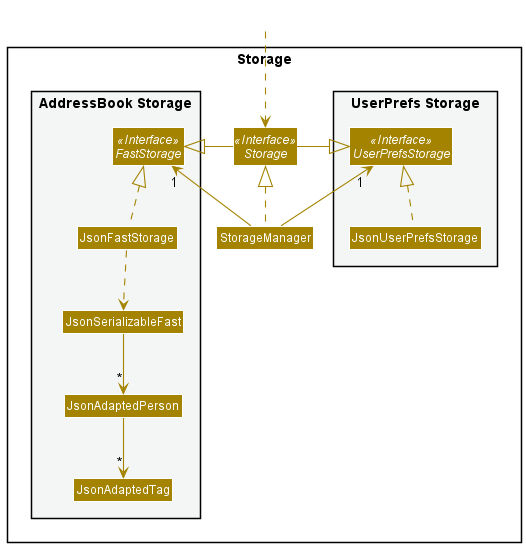
Before: docs/images/StorageClassDiagram.png, a diagram exported from PlantUML (nus-cs2103-AY2122S1/tp).
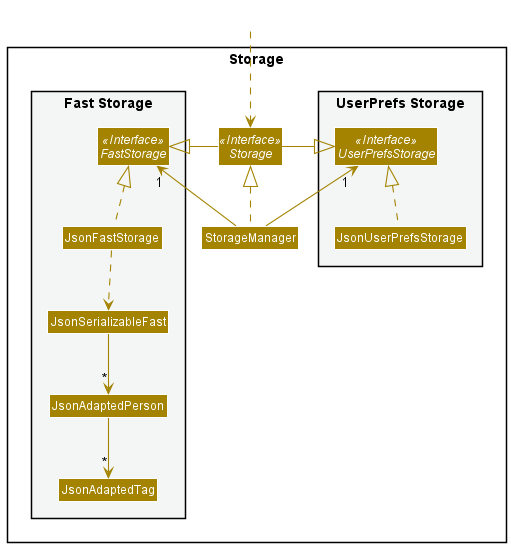
The same file after the commit.

The edit, as a diff of the source:
```diff
@@ -14,7 +14,7 @@
 Interface Storage <<Interface>>
 Class StorageManager
 
-package "AddressBook Storage" #F4F6F6{
+package "Fast Storage" #F4F6F6{
 Interface FastStorage <<Interface>>
 Class JsonFastStorage
 Class JsonSerializableFast
```
